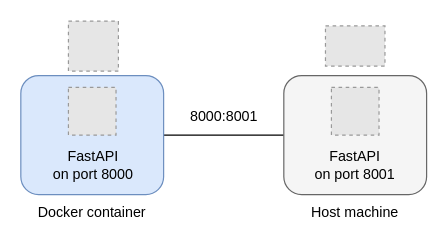
allisterk2703/tinyapi keeps this draw.io diagram as .github/schema.drawio. Above is the earlier version. Source tidied: cells renumbered, new cells numbered last; positions are measured from the earlier drawing's top-left corner, leaving out a move shared by most shapes. Both pictures are drawn from the tidied source at 119%, with x=0, y=0 at pixel (20, 20). Pictures stored in the file or linked from it are replaced by grey dashed boxes.
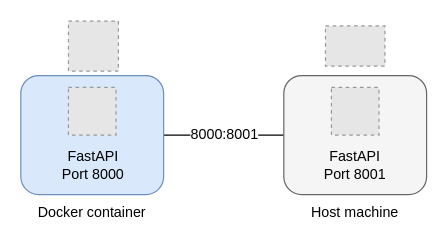
After the change.

The edit, as a diff of the source:
```diff
@@
 <mxGraphModel>
   <root>
     <mxCell id="0" />
     <mxCell id="1" parent="0" />
     <mxCell id="2" style="edgeStyle=orthogonalEdgeStyle;rounded=0;jettySize=auto;html=1;exitX=1;exitY=0.5;exitDx=0;exitDy=0;entryX=0;entryY=0.5;entryDx=0;entryDy=0;endArrow=none;endFill=0;" parent="1" edge="1" source="3" target="8">
       <mxGeometry relative="1" as="geometry" />
     </mxCell>
+    <mxCell id="11" value="&lt;span style=&quot;font-size: 12px; text-wrap-mode: wrap;&quot;&gt;8000:8001&lt;/span&gt;" style="edgeLabel;html=1;align=center;verticalAlign=middle;labelBackgroundColor=default;" parent="2" vertex="1">
+      <mxGeometry x="-0.01" y="1" relative="1" as="geometry" />
+    </mxCell>
     <mxCell id="3" style="rounded=1;whiteSpace=wrap;html=1;fillColor=#dae8fc;strokeColor=#6c8ebf;" parent="1" vertex="1">
       <mxGeometry y="46" width="120" height="100" as="geometry" />
     </mxCell>
     <mxCell id="4" style="fillColor=#E6E6E6;strokeColor=#999999;dashed=1;verticalLabelPosition=bottom;labelBackgroundColor=default;verticalAlign=top;" parent="1" vertex="1">
       <mxGeometry x="40" y="0.2" width="42" height="42" as="geometry" />
     </mxCell>
     <mxCell id="5" style="fillColor=#E6E6E6;strokeColor=#999999;dashed=1;verticalLabelPosition=bottom;labelBackgroundColor=default;verticalAlign=top;" parent="1" vertex="1">
       <mxGeometry x="40" y="56" width="40" height="40" as="geometry" />
     </mxCell>
-    <mxCell id="6" value="FastAPI&lt;div&gt;on port 8000&lt;/div&gt;" style="text;html=1;whiteSpace=wrap;strokeColor=none;fillColor=none;align=center;verticalAlign=middle;rounded=0;" parent="1" vertex="1">
+    <mxCell id="6" value="FastAPI&lt;div&gt;&lt;span style=&quot;background-color: transparent; color: light-dark(rgb(0, 0, 0), rgb(255, 255, 255));&quot;&gt;Port 8000&lt;/span&gt;&lt;/div&gt;" style="text;html=1;whiteSpace=wrap;strokeColor=none;fillColor=none;align=center;verticalAlign=middle;rounded=0;" parent="1" vertex="1">
       <mxGeometry x="1" y="111" width="120" height="20" as="geometry" />
     </mxCell>
     <mxCell id="7" value="Docker container" style="text;html=1;whiteSpace=wrap;strokeColor=none;fillColor=none;align=center;verticalAlign=middle;rounded=0;" parent="1" vertex="1">
       <mxGeometry y="146" width="120" height="30" as="geometry" />
     </mxCell>
     <mxCell id="8" style="rounded=1;whiteSpace=wrap;html=1;fillColor=#f5f5f5;fontColor=#333333;strokeColor=#666666;" parent="1" vertex="1">
       <mxGeometry x="221" y="46" width="120" height="100" as="geometry" />
     </mxCell>
     <mxCell id="9" value="Host machine" style="text;html=1;whiteSpace=wrap;strokeColor=none;fillColor=none;align=center;verticalAlign=middle;rounded=0;" parent="1" vertex="1">
       <mxGeometry x="221" y="146" width="120" height="30" as="geometry" />
     </mxCell>
     <mxCell id="10" style="fillColor=#E6E6E6;strokeColor=#999999;dashed=1;verticalLabelPosition=bottom;labelBackgroundColor=default;verticalAlign=top;" parent="1" vertex="1">
       <mxGeometry x="256" y="4.3" width="50" height="33.7" as="geometry" />
     </mxCell>
-    <mxCell id="11" value="8000:8001" style="text;html=1;whiteSpace=wrap;strokeColor=none;fillColor=none;align=center;verticalAlign=middle;rounded=0;" parent="1" vertex="1">
-      <mxGeometry x="121" y="66" width="100" height="30" as="geometry" />
-    </mxCell>
     <mxCell id="12" style="fillColor=#E6E6E6;strokeColor=#999999;dashed=1;verticalLabelPosition=bottom;labelBackgroundColor=default;verticalAlign=top;" parent="1" vertex="1">
       <mxGeometry x="261" y="56" width="40" height="40" as="geometry" />
     </mxCell>
-    <mxCell id="13" value="FastAPI&lt;div&gt;on port 8001&lt;/div&gt;" style="text;html=1;whiteSpace=wrap;strokeColor=none;fillColor=none;align=center;verticalAlign=middle;rounded=0;" parent="1" vertex="1">
+    <mxCell id="13" value="FastAPI&lt;div&gt;Port 8001&lt;/div&gt;" style="text;html=1;whiteSpace=wrap;strokeColor=none;fillColor=none;align=center;verticalAlign=middle;rounded=0;" parent="1" vertex="1">
       <mxGeometry x="221" y="111" width="120" height="20" as="geometry" />
     </mxCell>
   </root>
 </mxGraphModel>
```
